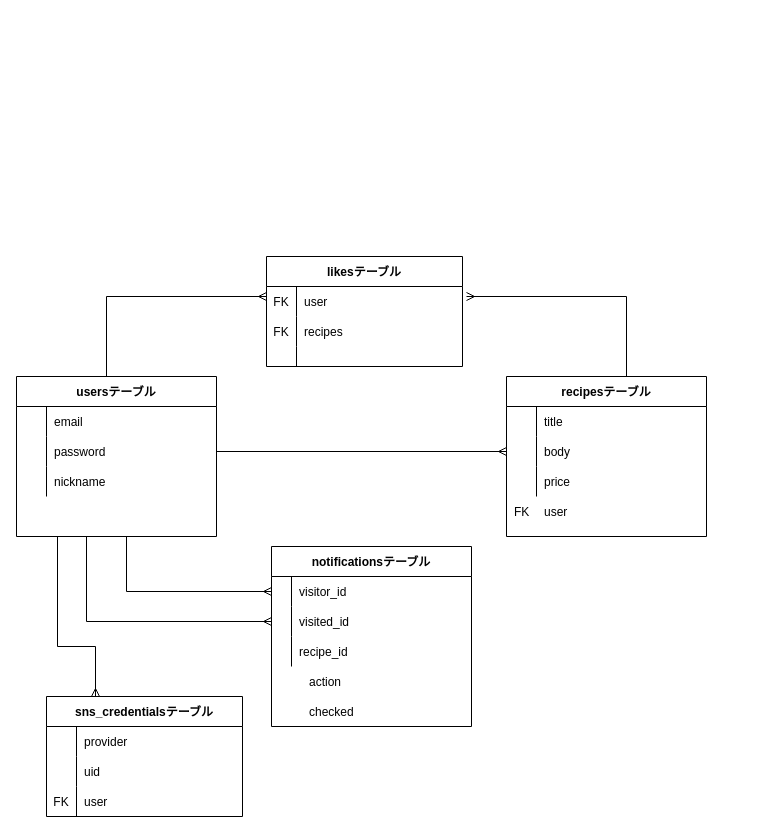
Earlier version of the draw.io diagram recipe.dio (kazukimastumoto/recipe-31119). Source tidied: cells renumbered, new cells numbered last; positions are measured from the earlier drawing's top-left corner, leaving out a move shared by most shapes. Both pictures are drawn from the tidied source at 100%, with x=0, y=0 at pixel (16, 256).
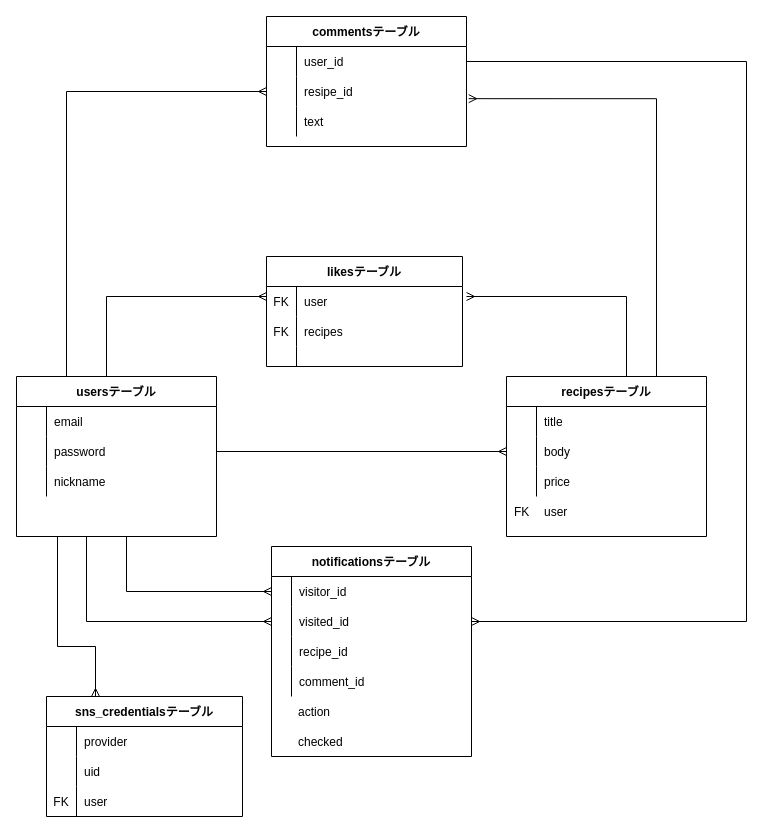
The same page after the edit.

Unchanged cells that the change refers to:
```xml
<mxCell id="22" value="recipesテーブル" style="shape=table;startSize=30;childLayout=tableLayout;rowLines=0;fontStyle=1;align=center;" parent="1" vertex="1">
  <mxGeometry x="490" y="120" width="200" height="160" as="geometry" />
</mxCell>
<mxCell id="36" style="shape=partialRectangle;fillColor=none;top=0;left=0;bottom=0;right=0;points=[[0,0.5],[1,0.5]];portConstraint=eastwest;" parent="32" vertex="1">
  <mxGeometry y="60" width="200" height="30" as="geometry" />
</mxCell>
<mxCell id="57" value="usersテーブル" style="shape=table;startSize=30;childLayout=tableLayout;rowLines=0;fontStyle=1;align=center;" parent="1" vertex="1">
  <mxGeometry y="120" width="200" height="160" as="geometry" />
</mxCell>
```

The edit, as a diff of the source:
```diff
@@
+    <mxCell id="67" style="edgeStyle=orthogonalEdgeStyle;rounded=0;jettySize=auto;html=1;exitX=0.75;exitY=0;exitDx=0;exitDy=0;entryX=1.011;entryY=0.739;entryDx=0;entryDy=0;entryPerimeter=0;endArrow=ERmany;endFill=0;" parent="1" edge="1" source="22" target="76">
+      <mxGeometry relative="1" as="geometry">
+        <Array as="points">
+          <mxPoint x="640" y="-158" />
+        </Array>
+      </mxGeometry>
+    </mxCell>
@@
     <mxCell id="32" value="notificationsテーブル" style="shape=table;startSize=30;childLayout=tableLayout;rowLines=0;fontStyle=1;align=center;" parent="1" vertex="1">
-      <mxGeometry x="255" y="290" width="200" height="180" as="geometry" />
+      <mxGeometry x="255" y="290" width="200" height="210" as="geometry" />
     </mxCell>
@@
+    <mxCell id="68" style="shape=partialRectangle;fillColor=none;top=0;left=0;bottom=0;right=0;" parent="32" vertex="1">
+      <mxGeometry y="120" width="200" height="30" as="geometry" />
+    </mxCell>
+    <mxCell id="69" style="shape=partialRectangle;fillColor=none;top=0;left=0;bottom=0;right=0;overflow=hidden;" parent="68" vertex="1">
+      <mxGeometry width="20" height="30" as="geometry" />
+    </mxCell>
+    <mxCell id="70" value="comment_id" style="shape=partialRectangle;fillColor=none;top=0;left=0;bottom=0;right=0;align=left;spacingLeft=6;overflow=hidden;" parent="68" vertex="1">
+      <mxGeometry x="20" width="180" height="30" as="geometry" />
+    </mxCell>
     <mxCell id="42" value="action" style="shape=partialRectangle;fillColor=none;top=0;left=0;bottom=0;right=0;align=left;spacingLeft=6;overflow=hidden;" parent="1" vertex="1">
-      <mxGeometry x="285" y="410" width="170" height="30" as="geometry" />
+      <mxGeometry x="274" y="440" width="170" height="30" as="geometry" />
     </mxCell>
     <mxCell id="43" value="checked" style="shape=partialRectangle;fillColor=none;top=0;left=0;bottom=0;right=0;align=left;spacingLeft=6;overflow=hidden;" parent="1" vertex="1">
-      <mxGeometry x="285" y="440" width="170" height="30" as="geometry" />
+      <mxGeometry x="274" y="470" width="170" height="30" as="geometry" />
     </mxCell>
@@
+    <mxCell id="71" style="edgeStyle=orthogonalEdgeStyle;rounded=0;jettySize=auto;html=1;exitX=0.25;exitY=0;exitDx=0;exitDy=0;entryX=0;entryY=0.5;entryDx=0;entryDy=0;endArrow=ERmany;endFill=0;" parent="1" edge="1" source="57" target="76">
+      <mxGeometry relative="1" as="geometry" />
+    </mxCell>
@@
+    <mxCell id="72" value="commentsテーブル" style="shape=table;startSize=30;childLayout=tableLayout;rowLines=0;fontStyle=1;align=center;" parent="1" vertex="1">
+      <mxGeometry x="250" y="-240" width="200" height="130" as="geometry" />
+    </mxCell>
+    <mxCell id="73" style="shape=partialRectangle;fillColor=none;top=0;left=0;bottom=0;right=0;points=[[0,0.5],[1,0.5]];portConstraint=eastwest;" parent="72" vertex="1">
+      <mxGeometry y="30" width="200" height="30" as="geometry" />
+    </mxCell>
+    <mxCell id="74" style="shape=partialRectangle;fillColor=none;top=0;left=0;bottom=0;right=0;overflow=hidden;" parent="73" vertex="1">
+      <mxGeometry width="30" height="30" as="geometry" />
+    </mxCell>
+    <mxCell id="75" value="user_id" style="shape=partialRectangle;fillColor=none;top=0;left=0;bottom=0;right=0;align=left;spacingLeft=6;overflow=hidden;" parent="73" vertex="1">
+      <mxGeometry x="30" width="170" height="30" as="geometry" />
+    </mxCell>
+    <mxCell id="76" style="shape=partialRectangle;fillColor=none;top=0;left=0;bottom=0;right=0;points=[[0,0.5],[1,0.5]];portConstraint=eastwest;" parent="72" vertex="1">
+      <mxGeometry y="60" width="200" height="30" as="geometry" />
+    </mxCell>
+    <mxCell id="77" style="shape=partialRectangle;fillColor=none;top=0;left=0;bottom=0;right=0;overflow=hidden;" parent="76" vertex="1">
+      <mxGeometry width="30" height="30" as="geometry" />
+    </mxCell>
+    <mxCell id="78" value="resipe_id" style="shape=partialRectangle;fillColor=none;top=0;left=0;bottom=0;right=0;align=left;spacingLeft=6;overflow=hidden;" parent="76" vertex="1">
+      <mxGeometry x="30" width="170" height="30" as="geometry" />
+    </mxCell>
+    <mxCell id="79" style="shape=partialRectangle;fillColor=none;top=0;left=0;bottom=0;right=0;" parent="72" vertex="1">
+      <mxGeometry y="90" width="200" height="30" as="geometry" />
+    </mxCell>
+    <mxCell id="80" style="shape=partialRectangle;fillColor=none;top=0;left=0;bottom=0;right=0;overflow=hidden;" parent="79" vertex="1">
+      <mxGeometry width="30" height="30" as="geometry" />
+    </mxCell>
+    <mxCell id="81" value="text" style="shape=partialRectangle;fillColor=none;top=0;left=0;bottom=0;right=0;align=left;spacingLeft=6;overflow=hidden;" parent="79" vertex="1">
+      <mxGeometry x="30" width="170" height="30" as="geometry" />
+    </mxCell>
+    <mxCell id="82" style="edgeStyle=orthogonalEdgeStyle;rounded=0;jettySize=auto;html=1;endArrow=ERmany;endFill=0;entryX=1;entryY=0.5;entryDx=0;entryDy=0;" parent="1" edge="1" source="73" target="36">
+      <mxGeometry relative="1" as="geometry">
+        <Array as="points">
+          <mxPoint x="730" y="-195" />
+          <mxPoint x="730" y="365" />
+        </Array>
+      </mxGeometry>
+    </mxCell>
```
